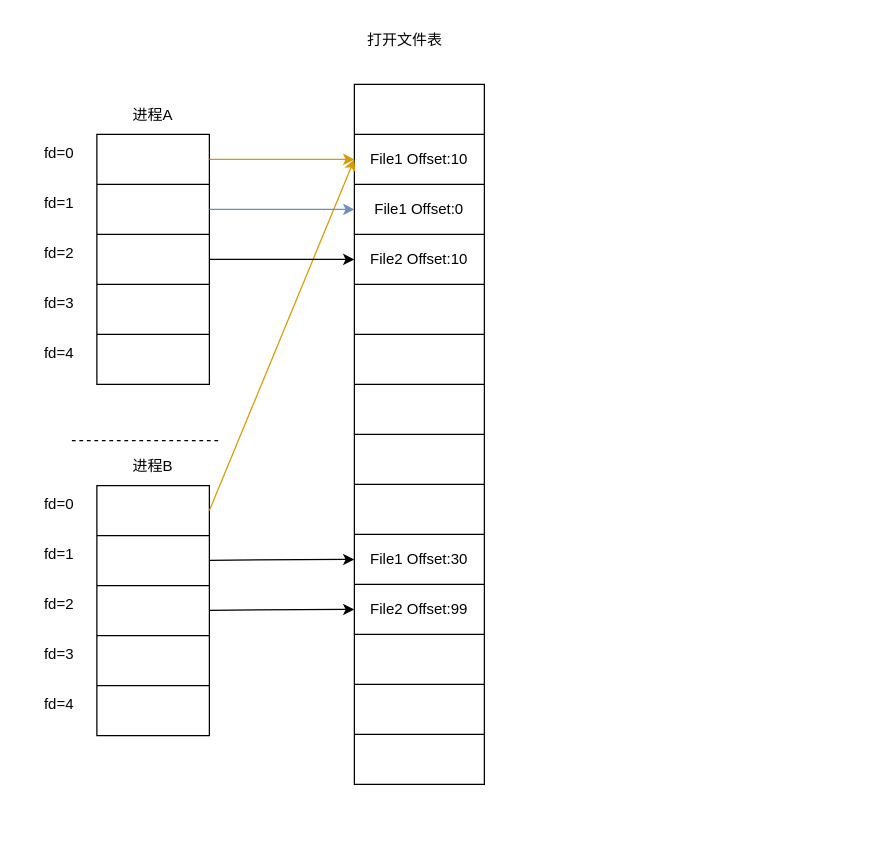
This is 文件系统.drawio from LxkdGithub/draw.io, a draw.io file, before an edit. Source tidied: cells renumbered, new cells numbered last; positions are measured from the earlier drawing's top-left corner, leaving out a move shared by most shapes. Both pictures are drawn from the tidied source at 125%, with x=0, y=0 at pixel (21, 21).
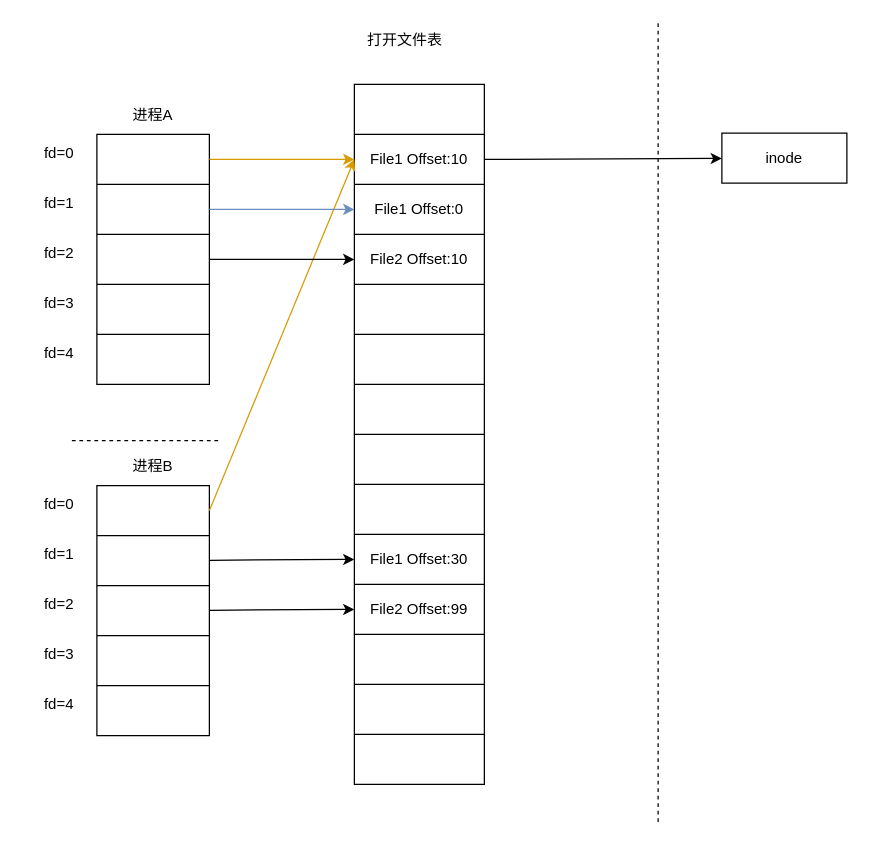
The same diagram, later.

Commit message (it also covers changes not shown here):
更新文件系统.drawio

The change refers to these unchanged cells:
```xml
<mxCell id="21" style="shape=tableRow;horizontal=0;startSize=0;swimlaneHead=0;swimlaneBody=0;top=0;left=0;bottom=0;right=0;fillColor=none;points=[[0,0.5],[1,0.5]];portConstraint=eastwest;" parent="18" vertex="1">
  <mxGeometry y="40" width="104" height="40" as="geometry" />
</mxCell>
```

The edit, as a diff of the source:
```diff
@@
+    <mxCell id="73" style="endArrow=none;dashed=1;html=1;rounded=0;fillColor=#33FFFF;" parent="1" edge="1">
+      <mxGeometry relative="1" as="geometry">
+        <mxPoint x="509" y="640" as="sourcePoint" />
+        <mxPoint x="509" as="targetPoint" />
+      </mxGeometry>
+    </mxCell>
+    <mxCell id="74" value="inode" style="rounded=0;whiteSpace=wrap;html=1;" parent="1" vertex="1">
+      <mxGeometry x="560" y="89" width="100" height="40" as="geometry" />
+    </mxCell>
+    <mxCell id="75" style="edgeStyle=none;rounded=0;jettySize=auto;html=1;exitX=1;exitY=0.5;exitDx=0;exitDy=0;fillColor=#33FFFF;" parent="1" edge="1" source="21" target="74">
+      <mxGeometry relative="1" as="geometry" />
+    </mxCell>
```
